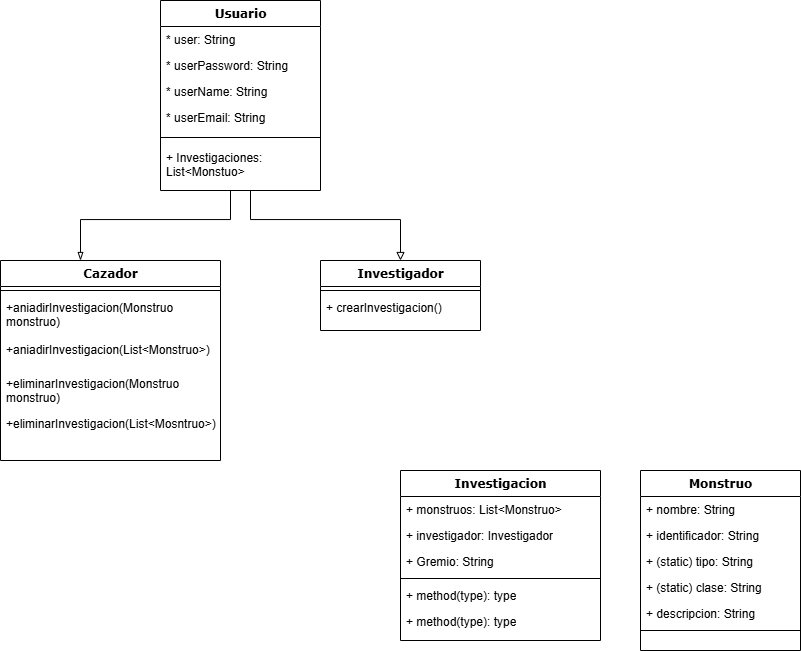
Above: images/diagrama-de-clases.drawio.png in eduardosmoralesglez/diario-del-cazador-mhw (draw.io), before the change. Source tidied: cells renumbered, new cells last; positions are measured from the earlier drawing's top-left corner, leaving out a move shared by most shapes.
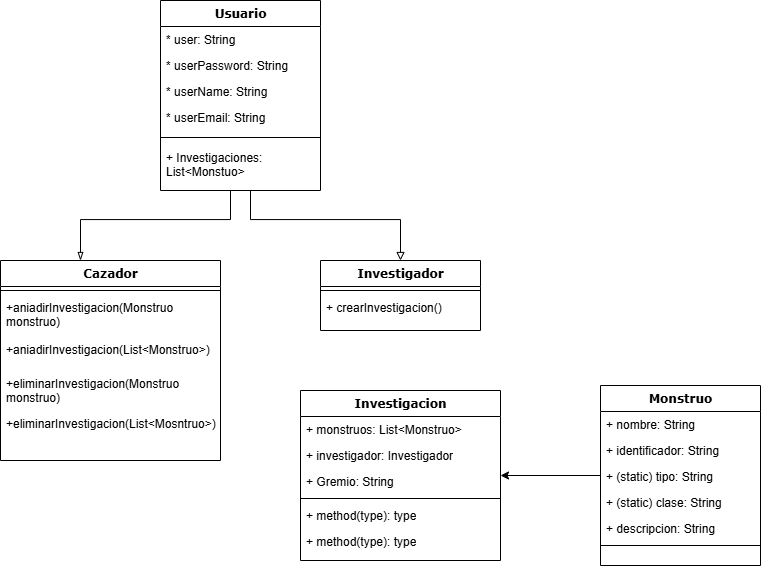
After the change.

What changed in the source:
```diff
@@ -67,7 +67,7 @@
       <mxGeometry y="34" width="160" height="26" as="geometry" />
     </mxCell>
     <mxCell id="20" value="Investigacion" style="swimlane;html=1;fontStyle=1;align=center;verticalAlign=top;horizontal=1;startSize=26;swimlaneFillColor=#ffffff;rounded=0;shadow=0;comic=0;labelBackgroundColor=none;strokeWidth=1;fillColor=none;fontFamily=Verdana;fontSize=12;" parent="1" vertex="1">
-      <mxGeometry x="400" y="470" width="200" height="170" as="geometry" />
+      <mxGeometry x="300" y="390" width="200" height="170" as="geometry" />
     </mxCell>
     <mxCell id="21" value="+ monstruos: List&amp;lt;Monstruo&amp;gt;" style="text;html=1;strokeColor=none;fillColor=none;align=left;verticalAlign=top;spacingLeft=4;spacingRight=4;whiteSpace=wrap;overflow=hidden;" parent="20" vertex="1">
       <mxGeometry y="26" width="200" height="26" as="geometry" />
@@ -87,8 +87,11 @@
     <mxCell id="26" value="+ method(type): type" style="text;html=1;strokeColor=none;fillColor=none;align=left;verticalAlign=top;spacingLeft=4;spacingRight=4;whiteSpace=wrap;overflow=hidden;" parent="20" vertex="1">
       <mxGeometry y="138" width="200" height="26" as="geometry" />
     </mxCell>
+    <mxCell id="34" style="edgeStyle=orthogonalEdgeStyle;rounded=0;jettySize=auto;html=1;" parent="1" edge="1" source="27" target="20">
+      <mxGeometry relative="1" as="geometry" />
+    </mxCell>
     <mxCell id="27" value="Monstruo" style="swimlane;html=1;fontStyle=1;align=center;verticalAlign=top;horizontal=1;startSize=26;swimlaneFillColor=#ffffff;rounded=0;shadow=0;comic=0;labelBackgroundColor=none;strokeWidth=1;fillColor=none;fontFamily=Verdana;fontSize=12;" parent="1" vertex="1">
-      <mxGeometry x="640" y="470" width="160" height="180" as="geometry" />
+      <mxGeometry x="600" y="385" width="160" height="180" as="geometry" />
     </mxCell>
     <mxCell id="28" value="+ nombre: String" style="text;html=1;strokeColor=none;fillColor=none;align=left;verticalAlign=top;spacingLeft=4;spacingRight=4;whiteSpace=wrap;overflow=hidden;" parent="27" vertex="1">
       <mxGeometry y="26" width="160" height="26" as="geometry" />
```
